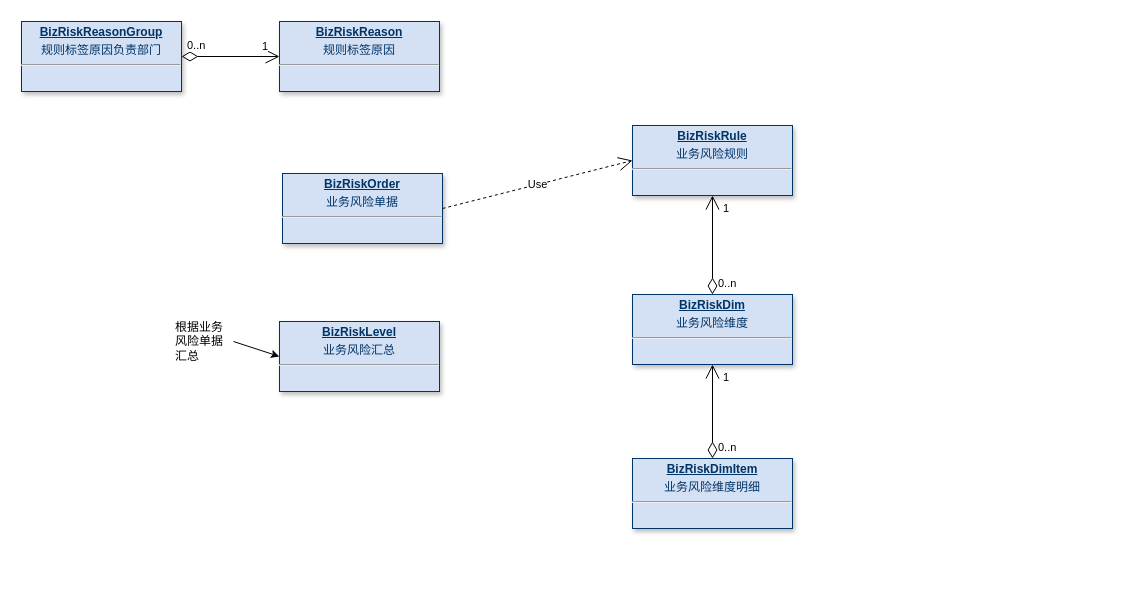
Before: page "负向标签" (8 of 23) of 美one.drawio in rockywade/draw, a draw.io diagram. Source tidied: cells renumbered, new cells numbered last; positions are measured from the earlier drawing's top-left corner, leaving out a move shared by most shapes. Both pictures are drawn from the tidied source at 100%, with x=0, y=0 at pixel (21, 21).
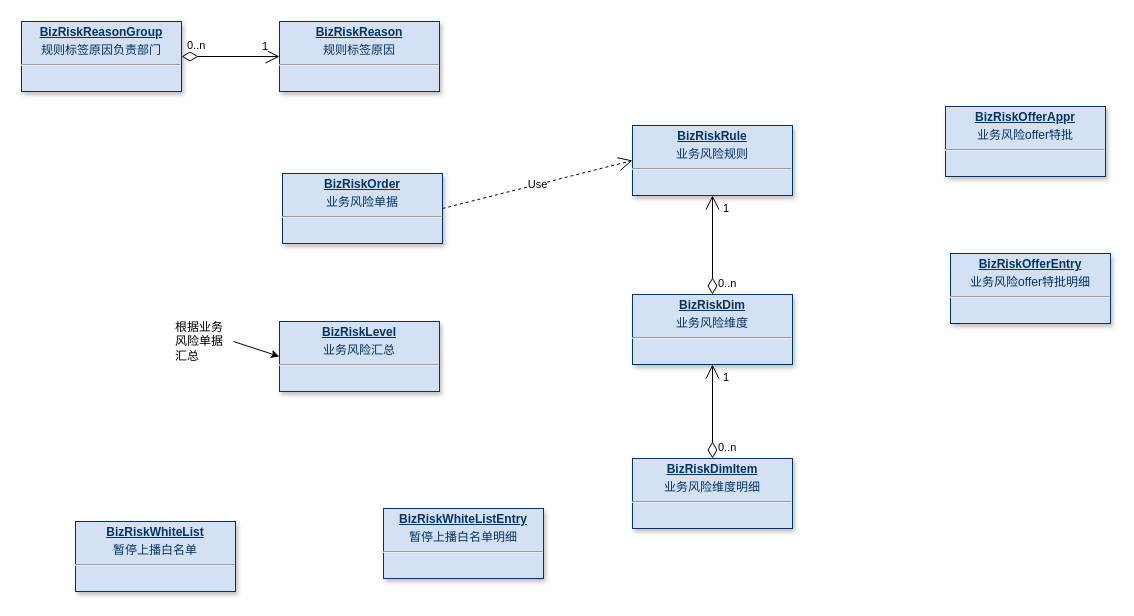
The same page after the edit.

Change to the diagram source:
```diff
@@
+    <mxCell id="21" value="&lt;p style=&quot;margin: 4px 0px 0px; text-align: center;&quot;&gt;&lt;b&gt;&lt;u&gt;B&lt;/u&gt;&lt;/b&gt;&lt;span style=&quot;background-color: transparent; text-align: left;&quot;&gt;&lt;b&gt;&lt;u&gt;izRiskWhiteList&lt;/u&gt;&lt;/b&gt;&lt;/span&gt;&lt;/p&gt;&lt;p style=&quot;margin: 4px 0px 0px; text-align: center;&quot;&gt;暂停上播白名单&lt;/p&gt;&lt;hr&gt;&amp;nbsp;&amp;nbsp;&lt;br&gt;&lt;p style=&quot;margin: 0px; margin-left: 8px;&quot;&gt;&lt;br&gt;&lt;/p&gt;" style="verticalAlign=top;align=left;overflow=fill;fontSize=12;fontFamily=Helvetica;html=1;strokeColor=#003366;shadow=1;fillColor=#D4E1F5;fontColor=#003366;" parent="1" vertex="1">
+      <mxGeometry x="54" y="500" width="160" height="70" as="geometry" />
+    </mxCell>
+    <mxCell id="22" value="&lt;p style=&quot;margin: 4px 0px 0px; text-align: center;&quot;&gt;&lt;span style=&quot;background-color: transparent; text-align: left;&quot;&gt;&lt;b&gt;&lt;u&gt;BizRiskWhiteListEntry&lt;/u&gt;&lt;/b&gt;&lt;/span&gt;&lt;/p&gt;&lt;p style=&quot;margin: 4px 0px 0px; text-align: center;&quot;&gt;暂停上播白名单明细&lt;/p&gt;&lt;hr&gt;&amp;nbsp;&amp;nbsp;&lt;br&gt;&lt;p style=&quot;margin: 0px; margin-left: 8px;&quot;&gt;&lt;br&gt;&lt;/p&gt;" style="verticalAlign=top;align=left;overflow=fill;fontSize=12;fontFamily=Helvetica;html=1;strokeColor=#003366;shadow=1;fillColor=#D4E1F5;fontColor=#003366;" parent="1" vertex="1">
+      <mxGeometry x="362" y="487" width="160" height="70" as="geometry" />
+    </mxCell>
+    <mxCell id="23" value="&lt;p style=&quot;margin: 4px 0px 0px; text-align: center;&quot;&gt;&lt;span style=&quot;background-color: transparent; text-align: left;&quot;&gt;&lt;b&gt;&lt;u&gt;BizRiskOfferAppr&lt;/u&gt;&lt;/b&gt;&lt;/span&gt;&lt;/p&gt;&lt;p style=&quot;margin: 4px 0px 0px; text-align: center;&quot;&gt;业务风险offer特批&lt;/p&gt;&lt;hr&gt;&amp;nbsp;&amp;nbsp;&lt;br&gt;&lt;p style=&quot;margin: 0px; margin-left: 8px;&quot;&gt;&lt;br&gt;&lt;/p&gt;" style="verticalAlign=top;align=left;overflow=fill;fontSize=12;fontFamily=Helvetica;html=1;strokeColor=#003366;shadow=1;fillColor=#D4E1F5;fontColor=#003366;" parent="1" vertex="1">
+      <mxGeometry x="924" y="85" width="160" height="70" as="geometry" />
+    </mxCell>
+    <mxCell id="24" value="&lt;p style=&quot;margin: 4px 0px 0px; text-align: center;&quot;&gt;&lt;span style=&quot;background-color: transparent; text-align: left;&quot;&gt;&lt;b&gt;&lt;u&gt;BizRiskOfferEntry&lt;/u&gt;&lt;/b&gt;&lt;/span&gt;&lt;/p&gt;&lt;p style=&quot;margin: 4px 0px 0px; text-align: center;&quot;&gt;业务风险offer特批明细&lt;/p&gt;&lt;hr&gt;&amp;nbsp;&amp;nbsp;&lt;br&gt;&lt;p style=&quot;margin: 0px; margin-left: 8px;&quot;&gt;&lt;br&gt;&lt;/p&gt;" style="verticalAlign=top;align=left;overflow=fill;fontSize=12;fontFamily=Helvetica;html=1;strokeColor=#003366;shadow=1;fillColor=#D4E1F5;fontColor=#003366;" parent="1" vertex="1">
+      <mxGeometry x="929" y="232" width="160" height="70" as="geometry" />
+    </mxCell>
```
